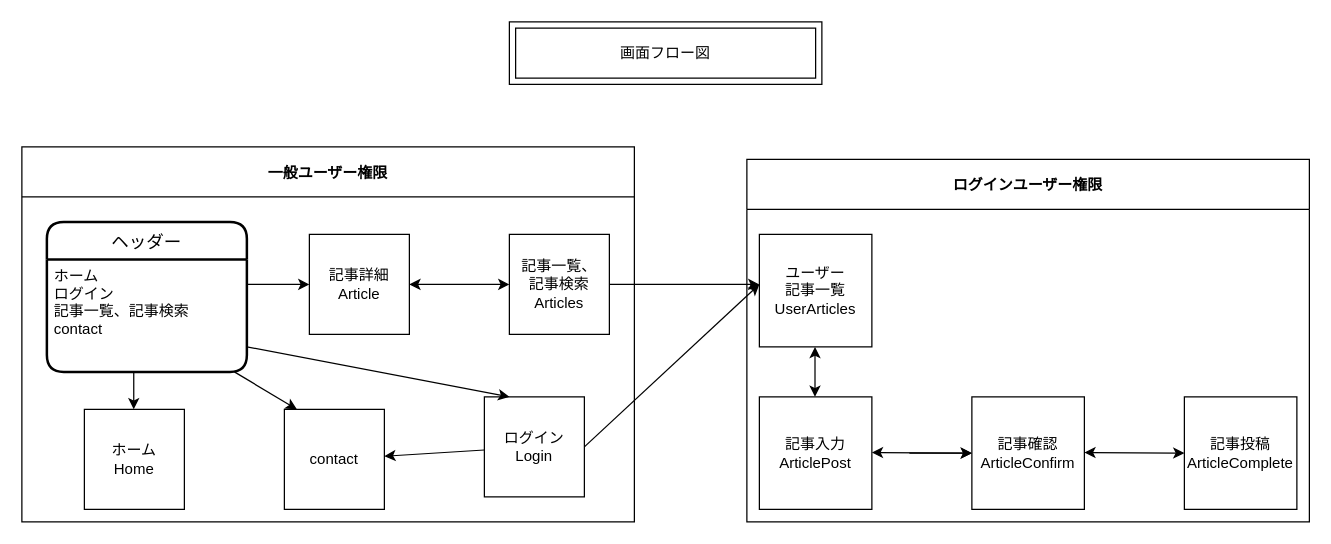
Before: flow.drawio in hirohana/technologypost-frontend, a draw.io diagram. Source tidied: cells renumbered, new cells numbered last; positions are measured from the earlier drawing's top-left corner, leaving out a move shared by most shapes. Both pictures are drawn from the tidied source at 125%, with x=0, y=0 at pixel (21, 21).
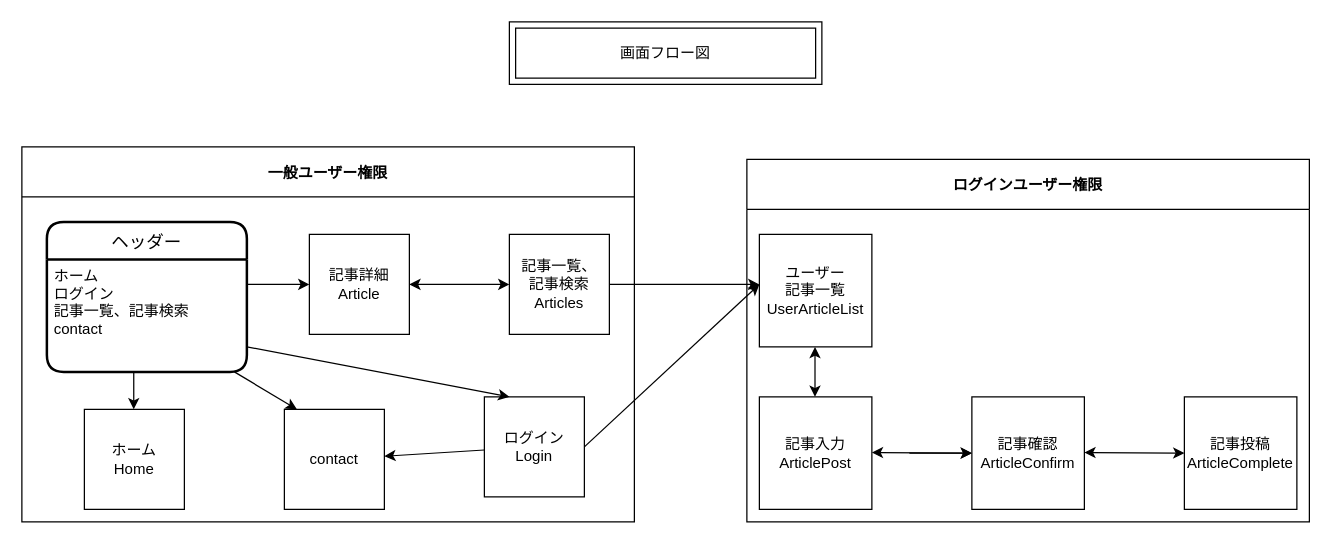
The same diagram, later.

Unchanged cells that the change refers to:
```xml
<mxCell id="2" value="ログインユーザー権限" style="swimlane;startSize=40;" parent="1" vertex="1">
  <mxGeometry x="580" y="110" width="450" height="290" as="geometry" />
</mxCell>
```

Diff of the diagram source:
```diff
@@
-    <mxCell id="9" value="ユーザー&lt;br&gt;記事一覧&lt;br&gt;UserArticles" style="whiteSpace=wrap;html=1;" parent="2" vertex="1">
+    <mxCell id="9" value="ユーザー&lt;br&gt;記事一覧&lt;br&gt;UserArticleList" style="whiteSpace=wrap;html=1;" parent="2" vertex="1">
       <mxGeometry x="10" y="60" width="90" height="90" as="geometry" />
     </mxCell>
```
